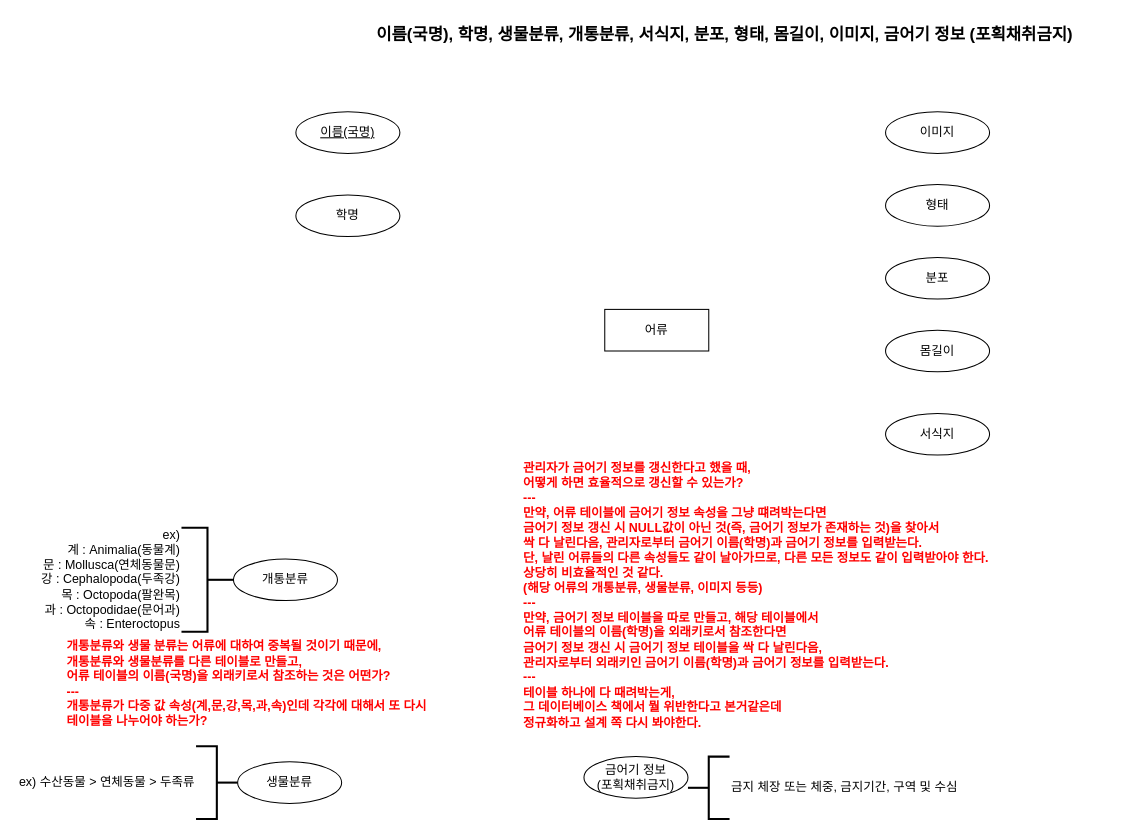
2021-KNU-Capstone-Team1/FishDic keeps this draw.io diagram as page "DB 설계" (5 of 5) of 설계/설계.drawio. Above is the earlier version. Source tidied: cells renumbered, new cells numbered last; positions are measured from the earlier drawing's top-left corner, leaving out a move shared by most shapes. Both pictures are drawn from the tidied source at 104%, with x=0, y=0 at pixel (64, 18).
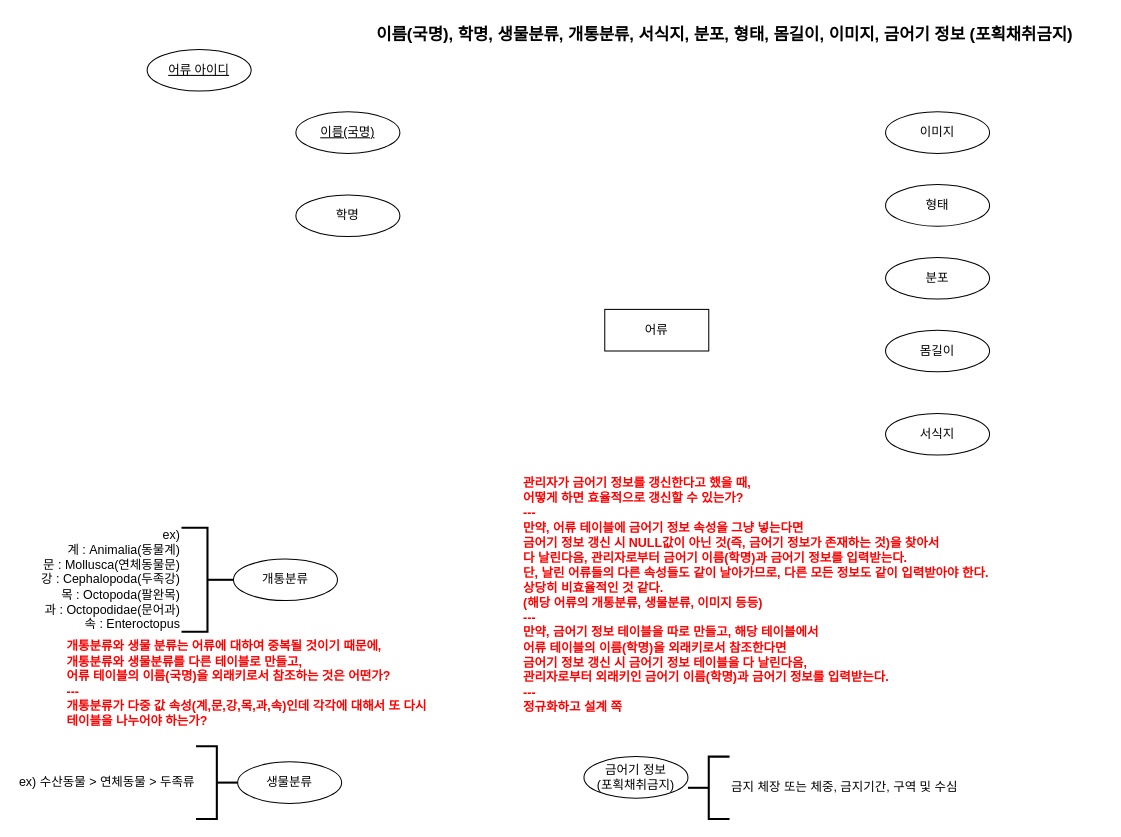
After the change.

The edit, as a diff of the source:
```diff
@@
 <mxGraphModel>
   <root>
     <mxCell id="0" />
     <mxCell id="1" parent="0" />
     <mxCell id="2" value="&lt;div class=&quot;markup-2BOw-j messageContent-2qWWxC&quot; style=&quot;color: rgb(0 , 0 , 0) ; font-family: inherit ; font-size: 1rem ; font-style: inherit ; text-align: left ; margin: 0px 0px 0px -72px ; padding: 0px 0px 0px 72px ; border: 0px ; vertical-align: baseline ; outline: 0px ; line-height: 1.375rem ; overflow-wrap: break-word ; position: relative ; overflow: hidden&quot;&gt;이름(국명),&amp;nbsp;&lt;span style=&quot;font-family: inherit ; font-size: 1rem ; font-style: inherit&quot;&gt;학명, 생물분류, 개통분류, 서식지, 분포, 형태, 몸길이, 이미지, 금어기 정보 (포획채취금지)&lt;/span&gt;&lt;/div&gt;" style="text;html=1;align=center;verticalAlign=middle;fontColor=#0000FF;fontStyle=1;" parent="1" vertex="1">
       <mxGeometry x="269" width="730" height="30" as="geometry" />
     </mxCell>
     <mxCell id="3" value="어류" style="whiteSpace=wrap;html=1;align=center;" parent="1" vertex="1">
       <mxGeometry x="519" y="280" width="100" height="40" as="geometry" />
     </mxCell>
     <mxCell id="4" value="금어기 정보&lt;br&gt;(포획채취금지)" style="ellipse;whiteSpace=wrap;html=1;align=center;fontColor=#000000;" parent="1" vertex="1">
       <mxGeometry x="499" y="710" width="100" height="40" as="geometry" />
     </mxCell>
     <mxCell id="5" value="이미지" style="ellipse;whiteSpace=wrap;html=1;align=center;fontColor=#000000;" parent="1" vertex="1">
       <mxGeometry x="789" y="90" width="100" height="40" as="geometry" />
     </mxCell>
     <mxCell id="6" value="몸길이" style="ellipse;whiteSpace=wrap;html=1;align=center;fontColor=#000000;" parent="1" vertex="1">
       <mxGeometry x="789" y="300" width="100" height="40" as="geometry" />
     </mxCell>
     <mxCell id="7" value="형태" style="ellipse;whiteSpace=wrap;html=1;align=center;fontColor=#000000;" parent="1" vertex="1">
       <mxGeometry x="789" y="160" width="100" height="40" as="geometry" />
     </mxCell>
     <mxCell id="8" value="분포" style="ellipse;whiteSpace=wrap;html=1;align=center;fontColor=#000000;" parent="1" vertex="1">
       <mxGeometry x="789" y="230" width="100" height="40" as="geometry" />
     </mxCell>
     <mxCell id="9" value="서식지" style="ellipse;whiteSpace=wrap;html=1;align=center;fontColor=#000000;" parent="1" vertex="1">
       <mxGeometry x="789" y="380" width="100" height="40" as="geometry" />
     </mxCell>
     <mxCell id="10" value="개통분류" style="ellipse;whiteSpace=wrap;html=1;align=center;fontColor=#000000;" parent="1" vertex="1">
       <mxGeometry x="162" y="520" width="100" height="40" as="geometry" />
     </mxCell>
     <mxCell id="11" value="생물분류" style="ellipse;whiteSpace=wrap;html=1;align=center;fontColor=#000000;" parent="1" vertex="1">
       <mxGeometry x="166" y="715" width="100" height="40" as="geometry" />
     </mxCell>
     <mxCell id="12" value="학명" style="ellipse;whiteSpace=wrap;html=1;align=center;fontColor=#000000;" parent="1" vertex="1">
       <mxGeometry x="222" y="170" width="100" height="40" as="geometry" />
     </mxCell>
     <mxCell id="13" value="이름(국명)" style="ellipse;whiteSpace=wrap;html=1;align=center;fontColor=#000000;fontStyle=4;" parent="1" vertex="1">
       <mxGeometry x="222" y="90" width="100" height="40" as="geometry" />
     </mxCell>
     <mxCell id="14" value="ex)&amp;nbsp;수산동물 &amp;gt; 연체동물 &amp;gt; 두족류" style="strokeWidth=2;html=1;shape=mxgraph.flowchart.annotation_2;align=right;labelPosition=left;fontColor=#000000;flipV=0;flipH=1;" parent="1" vertex="1">
       <mxGeometry x="126" y="700" width="40" height="70" as="geometry" />
     </mxCell>
     <mxCell id="15" value="&lt;div&gt;ex)&lt;/div&gt;&lt;div&gt;계 : Animalia(동물계)&lt;/div&gt;&lt;div&gt;문 : Mollusca(연체동물문)&lt;/div&gt;&lt;div&gt;강 : Cephalopoda(두족강)&lt;/div&gt;&lt;div&gt;목 : Octopoda(팔완목)&lt;/div&gt;&lt;div&gt;과 : Octopodidae(문어과)&lt;/div&gt;&lt;div&gt;속 : Enteroctopus&lt;/div&gt;" style="strokeWidth=2;html=1;shape=mxgraph.flowchart.annotation_2;align=right;labelPosition=left;fontColor=#000000;flipV=0;flipH=1;" parent="1" vertex="1">
       <mxGeometry x="112" y="490" width="50" height="100" as="geometry" />
     </mxCell>
     <mxCell id="16" value="금지 체장 또는 체중, 금지기간, 구역 및 수심" style="strokeWidth=2;html=1;shape=mxgraph.flowchart.annotation_2;align=left;labelPosition=right;fontColor=#000000;" parent="1" vertex="1">
       <mxGeometry x="599" y="710" width="40" height="60" as="geometry" />
     </mxCell>
     <mxCell id="17" value="개통분류와 생물 분류는 어류에 대하여 중복될 것이기 때문에,&lt;br&gt;개통분류와 생물분류를 다른 테이블로 만들고,&lt;br&gt;어류 테이블의 이름(국명)을 외래키로서 참조하는 것은 어떤가?&lt;br&gt;---&lt;br&gt;개통분류가 다중 값 속성(계,문,강,목,과,속)인데 각각에 대해서 또 다시&lt;br&gt;테이블을 나누어야 하는가?" style="text;html=1;align=left;verticalAlign=middle;fontStyle=1;fontColor=#FF0000;" parent="1" vertex="1">
       <mxGeometry y="595" width="390" height="90" as="geometry" />
     </mxCell>
-    <mxCell id="18" value="관리자가 금어기 정보를 갱신한다고 했을 때,&lt;br&gt;어떻게 하면 효율적으로 갱신할 수 있는가?&lt;br&gt;---&lt;br&gt;&lt;div&gt;만약, 어류 테이블에 금어기 정보 속성을 그냥 떄려박는다면&lt;/div&gt;&lt;div&gt;금어기 정보 갱신 시 NULL값이 아닌 것(즉, 금어기 정보가 존재하는 것)을 찾아서&amp;nbsp;&lt;span&gt;&amp;nbsp;&lt;/span&gt;&lt;/div&gt;싹 다 날린다음, 관리자로부터 금어기 이름(학명)과 금어기 정보를 입력받는다.&lt;br&gt;단, 날린 어류들의 다른 속성들도 같이 날아가므로, 다른 모든 정보도 같이 입력받아야 한다.&lt;br&gt;상당히 비효율적인 것 같다.&lt;br&gt;(해당 어류의 개통분류, 생물분류, 이미지 등등)&lt;br&gt;&lt;div&gt;---&lt;/div&gt;&lt;div&gt;만약, 금어기 정보 테이블을 따로 만들고, 해당 테이블에서&lt;/div&gt;&lt;div&gt;어류 테이블의 이름(학명)을 외래키로서 참조한다면&lt;/div&gt;&lt;div&gt;금어기 정보 갱신 시 금어기 정보 테이블을 싹 다 날린다음,&lt;/div&gt;&lt;div&gt;관리자로부터 외래키인 금어기 이름(학명)과 금어기 정보를 입력받는다.&lt;/div&gt;&lt;div&gt;---&lt;/div&gt;&lt;div&gt;테이블 하나에 다 때려박는게,&lt;/div&gt;&lt;div&gt;그 데이터베이스 책에서 뭘 위반한다고 본거같은데&lt;/div&gt;&lt;div&gt;정규화하고 설계 쪽 다시 봐야한다.&lt;/div&gt;" style="text;html=1;align=left;verticalAlign=middle;fontStyle=1;fontColor=#FF0000;" parent="1" vertex="1">
-      <mxGeometry x="439" y="425" width="500" height="260" as="geometry" />
+    <mxCell id="18" value="관리자가 금어기 정보를 갱신한다고 했을 때,&lt;br&gt;어떻게 하면 효율적으로 갱신할 수 있는가?&lt;br&gt;---&lt;br&gt;&lt;div&gt;만약, 어류 테이블에 금어기 정보 속성을 그냥 넣는다면&lt;/div&gt;&lt;div&gt;금어기 정보 갱신 시 NULL값이 아닌 것(즉, 금어기 정보가 존재하는 것)을 찾아서&amp;nbsp;&lt;span&gt;&amp;nbsp;&lt;/span&gt;&lt;/div&gt;다 날린다음, 관리자로부터 금어기 이름(학명)과 금어기 정보를 입력받는다.&lt;br&gt;단, 날린 어류들의 다른 속성들도 같이 날아가므로, 다른 모든 정보도 같이 입력받아야 한다.&lt;br&gt;상당히 비효율적인 것 같다.&lt;br&gt;(해당 어류의 개통분류, 생물분류, 이미지 등등)&lt;br&gt;&lt;div&gt;---&lt;/div&gt;&lt;div&gt;만약, 금어기 정보 테이블을 따로 만들고, 해당 테이블에서&lt;/div&gt;&lt;div&gt;어류 테이블의 이름(학명)을 외래키로서 참조한다면&lt;/div&gt;&lt;div&gt;금어기 정보 갱신 시 금어기 정보 테이블을 다 날린다음,&lt;/div&gt;&lt;div&gt;관리자로부터 외래키인 금어기 이름(학명)과 금어기 정보를 입력받는다.&lt;/div&gt;&lt;div&gt;---&lt;/div&gt;&lt;div&gt;정규화하고 설계 쪽&lt;/div&gt;" style="text;html=1;align=left;verticalAlign=middle;fontStyle=1;fontColor=#FF0000;" parent="1" vertex="1">
+      <mxGeometry x="439" y="440" width="500" height="230" as="geometry" />
     </mxCell>
+    <mxCell id="19" value="어류 아이디" style="ellipse;whiteSpace=wrap;html=1;align=center;fontColor=#000000;fontStyle=4;" parent="1" vertex="1">
+      <mxGeometry x="79" y="30" width="100" height="40" as="geometry" />
+    </mxCell>
   </root>
 </mxGraphModel>
```
